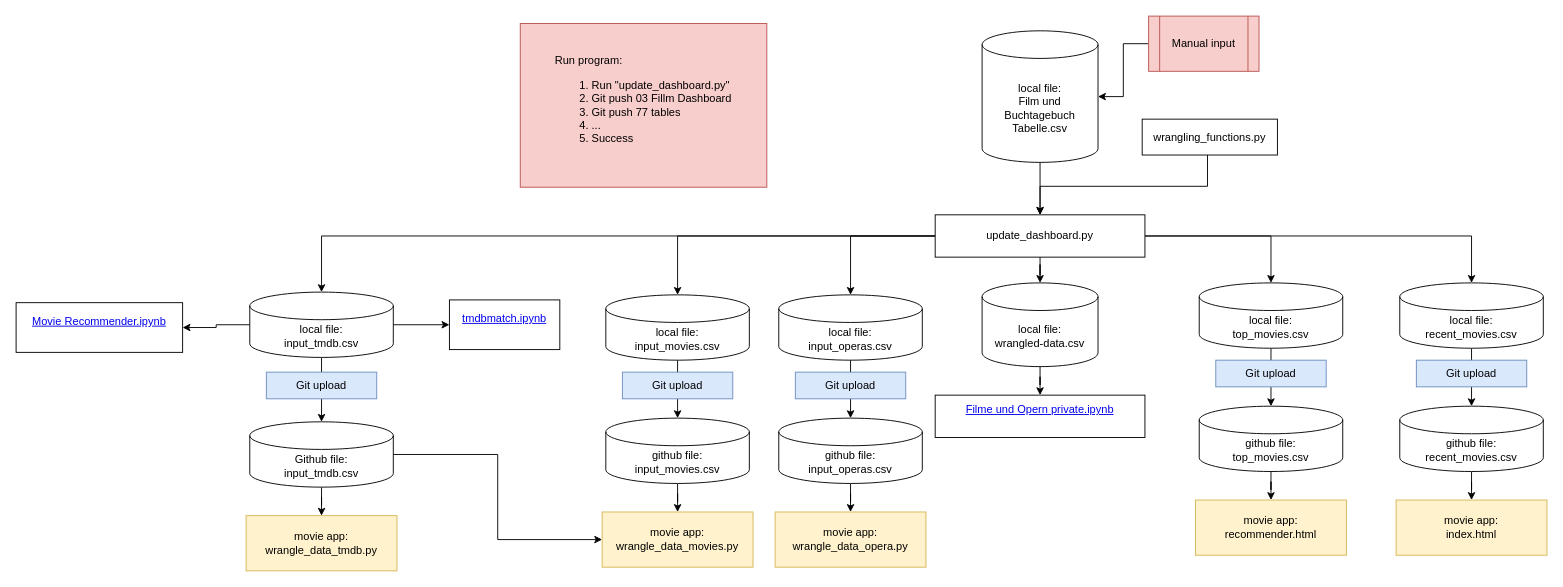
The draw.io diagram movie opera diary.drawio in muellermax/app.diagrams.net-data, before the edit. Source tidied: cells renumbered, new cells numbered last; positions are measured from the earlier drawing's top-left corner, leaving out a move shared by most shapes. Both pictures are drawn from the tidied source at 92%, with x=0, y=0 at pixel (16, 16).
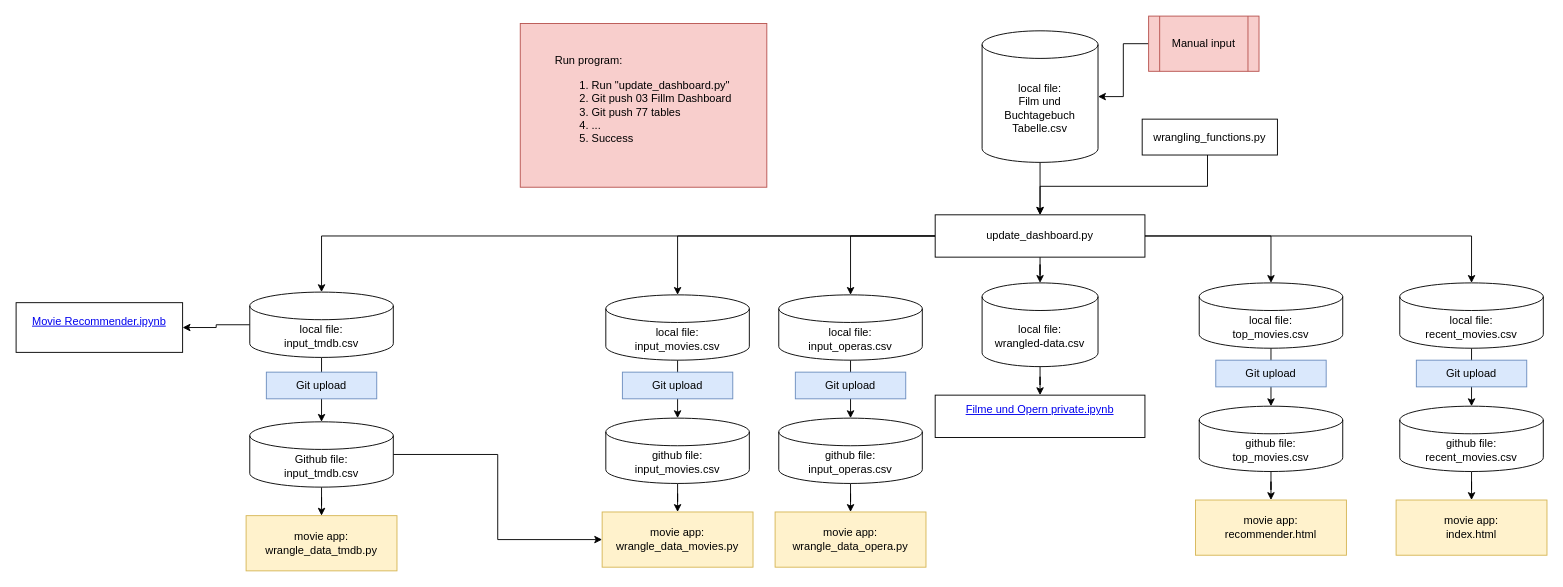
The same page after the edit.

The change refers to these unchanged cells:
```xml
<mxCell id="23" value="&lt;div&gt;local file: &lt;br&gt;&lt;/div&gt;&lt;div&gt;input_tmdb.csv&lt;/div&gt;" style="shape=cylinder3;whiteSpace=wrap;html=1;boundedLbl=1;backgroundOutline=1;size=15;" parent="1" vertex="1">
  <mxGeometry x="254" y="300" width="156" height="71" as="geometry" />
</mxCell>
```

The edit, as a diff of the source:
```diff
@@
-    <mxCell id="19" value="&#10;&lt;i class=&quot;item_icon running_notebook_icon icon-fixed-width&quot;&gt;&lt;/i&gt;&lt;a class=&quot;item_link&quot; href=&quot;http://localhost:8888/notebooks/01%20Filmprojekt/tmdbmatch.ipynb&quot; target=&quot;_blank&quot;&gt;&lt;span class=&quot;item_name&quot;&gt;tmdbmatch.ipynb&lt;/span&gt;&lt;/a&gt;&#10;&#10;" style="rounded=0;whiteSpace=wrap;html=1;" parent="1" vertex="1">
-      <mxGeometry x="471" y="308.5" width="120" height="54" as="geometry" />
-    </mxCell>
@@
-    <mxCell id="21" style="edgeStyle=orthogonalEdgeStyle;rounded=0;jettySize=auto;html=1;entryX=0;entryY=0.5;entryDx=0;entryDy=0;" parent="1" edge="1" source="23" target="19">
-      <mxGeometry relative="1" as="geometry" />
-    </mxCell>
```
